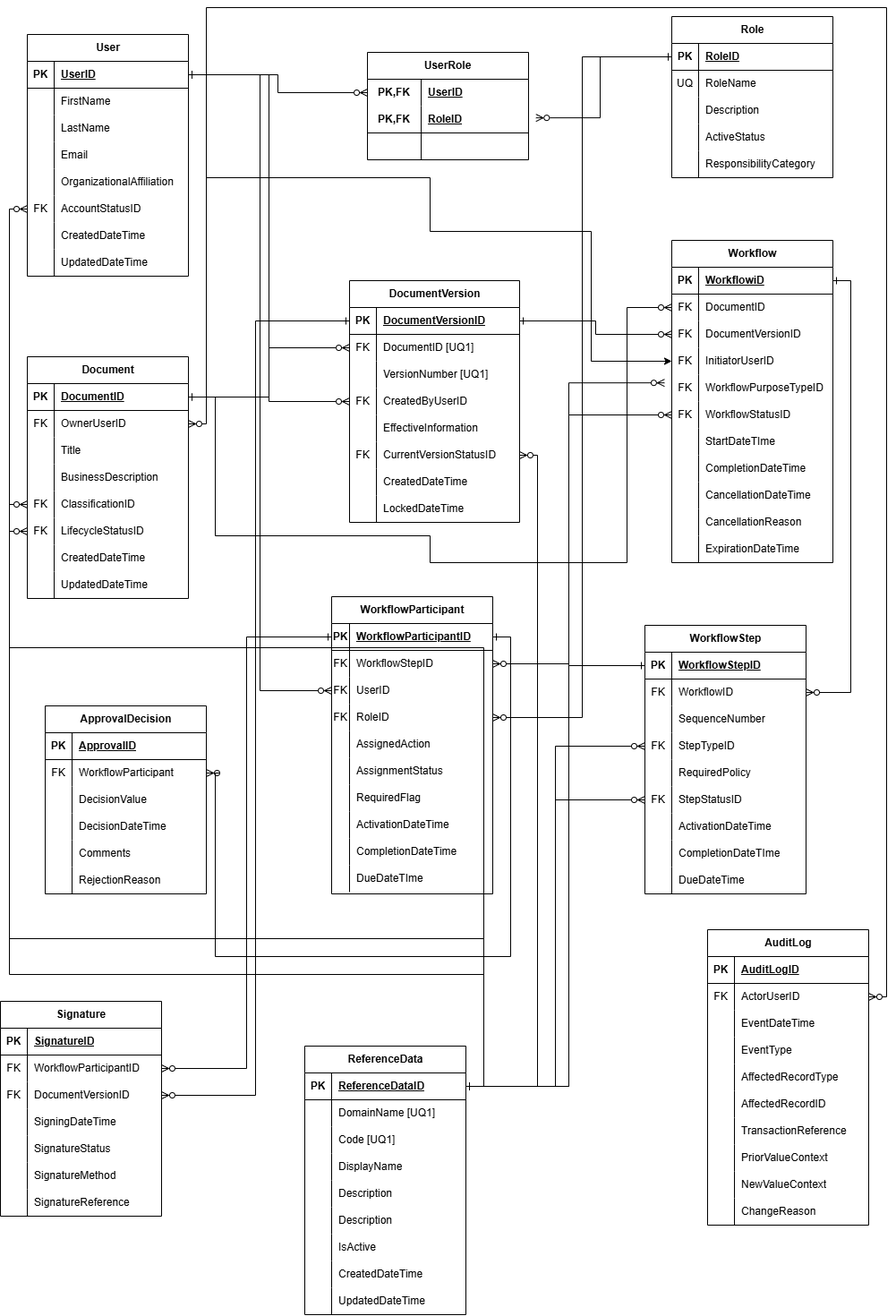
The draw.io diagram docs/ER-Diagram.png in sanikadeshmukh3/Digital-Document-Signing-Portal, before a commit. Source tidied: cells renumbered, new cells last; positions are measured from the earlier drawing's top-left corner, leaving out a move shared by most shapes.
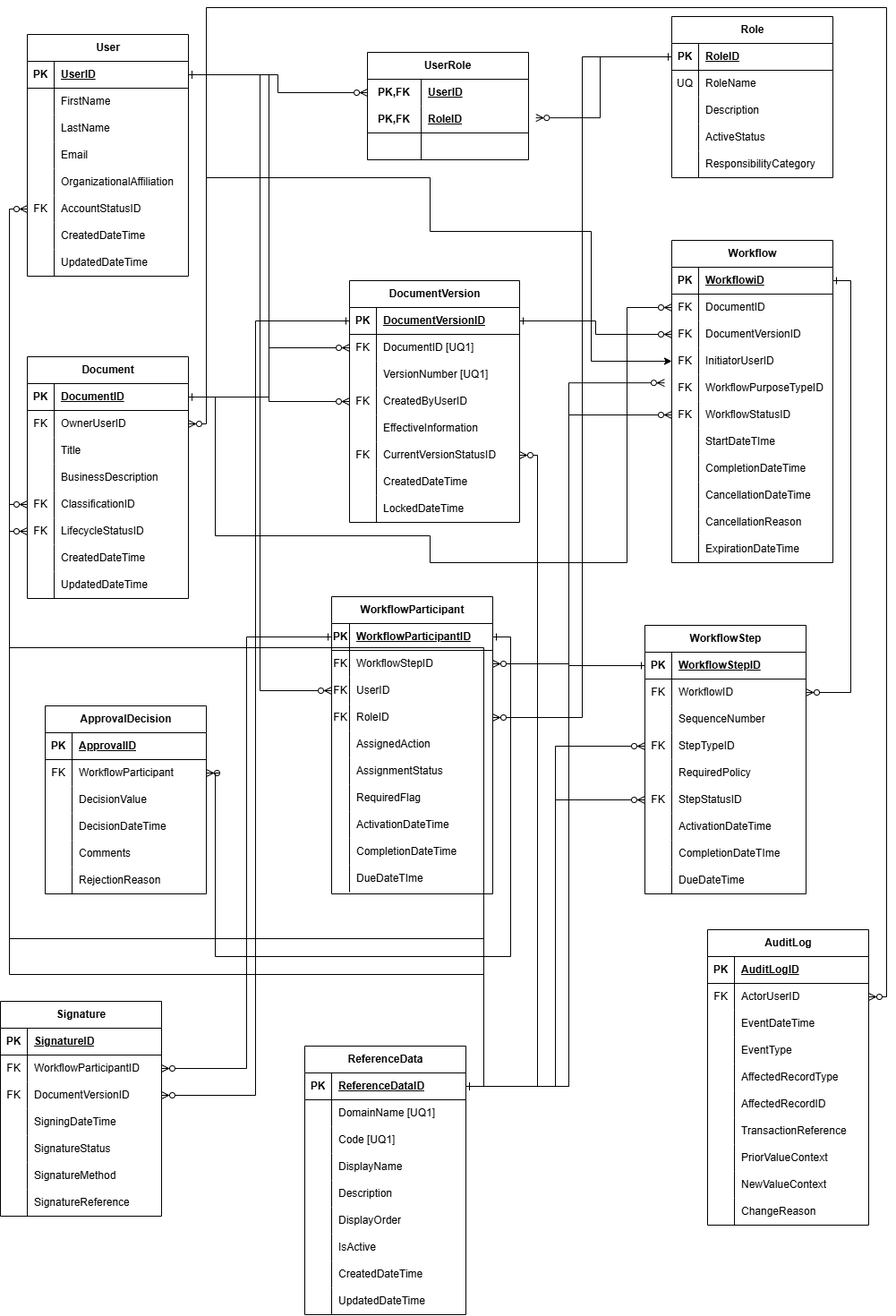
Later version of the same file.

Commit message:
isa27: Made one more small change to ER Diagram

The edit, as a diff of the source:
```diff
@@ -602,7 +602,7 @@
     <mxCell id="201" style="shape=partialRectangle;fillColor=none;top=0;left=0;bottom=0;right=0;overflow=hidden;whiteSpace=wrap;html=1;" parent="200" vertex="1">
       <mxGeometry width="30" height="30" as="geometry" />
     </mxCell>
-    <mxCell id="202" value="Description" style="shape=partialRectangle;fillColor=none;top=0;left=0;bottom=0;right=0;align=left;spacingLeft=6;overflow=hidden;whiteSpace=wrap;html=1;" parent="200" vertex="1">
+    <mxCell id="202" value="DisplayOrder" style="shape=partialRectangle;fillColor=none;top=0;left=0;bottom=0;right=0;align=left;spacingLeft=6;overflow=hidden;whiteSpace=wrap;html=1;" parent="200" vertex="1">
       <mxGeometry x="30" width="150" height="30" as="geometry" />
     </mxCell>
     <mxCell id="203" style="shape=tableRow;horizontal=0;startSize=0;swimlaneHead=0;swimlaneBody=0;fillColor=none;top=0;left=0;right=0;bottom=0;" parent="184" vertex="1">
```
